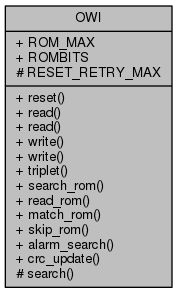
mikaelpatel/mikaelpatel.github.io keeps this Graphviz diagram as Arduino-OWI/d4/dc0/classOWI__coll__graph.png. Above is the earlier version. Its source is kept beside it as Arduino-OWI/d4/dc0/classOWI__coll__graph.dot.
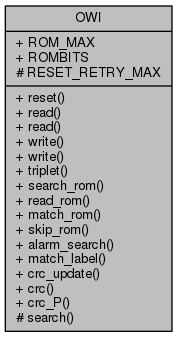
The same diagram one commit later.

Change to the diagram source:
```diff
@@ -2,5 +2,5 @@
 {
   edge [fontname="Helvetica",fontsize="10",labelfontname="Helvetica",labelfontsize="10"];
   node [fontname="Helvetica",fontsize="10",shape=record];
-  Node1 [label="{OWI\n|+ ROM_MAX\l+ ROMBITS\l# RESET_RETRY_MAX\l|+ reset()\l+ read()\l+ read()\l+ write()\l+ write()\l+ triplet()\l+ search_rom()\l+ read_rom()\l+ match_rom()\l+ skip_rom()\l+ alarm_search()\l+ crc_update()\l# search()\l}",height=0.2,width=0.4,color="black", fillcolor="grey75", style="filled", fontcolor="black"];
+  Node1 [label="{OWI\n|+ ROM_MAX\l+ ROMBITS\l# RESET_RETRY_MAX\l|+ reset()\l+ read()\l+ read()\l+ write()\l+ write()\l+ triplet()\l+ search_rom()\l+ read_rom()\l+ match_rom()\l+ skip_rom()\l+ alarm_search()\l+ match_label()\l+ crc_update()\l+ crc()\l+ crc_P()\l# search()\l}",height=0.2,width=0.4,color="black", fillcolor="grey75", style="filled", fontcolor="black"];
 }
```
